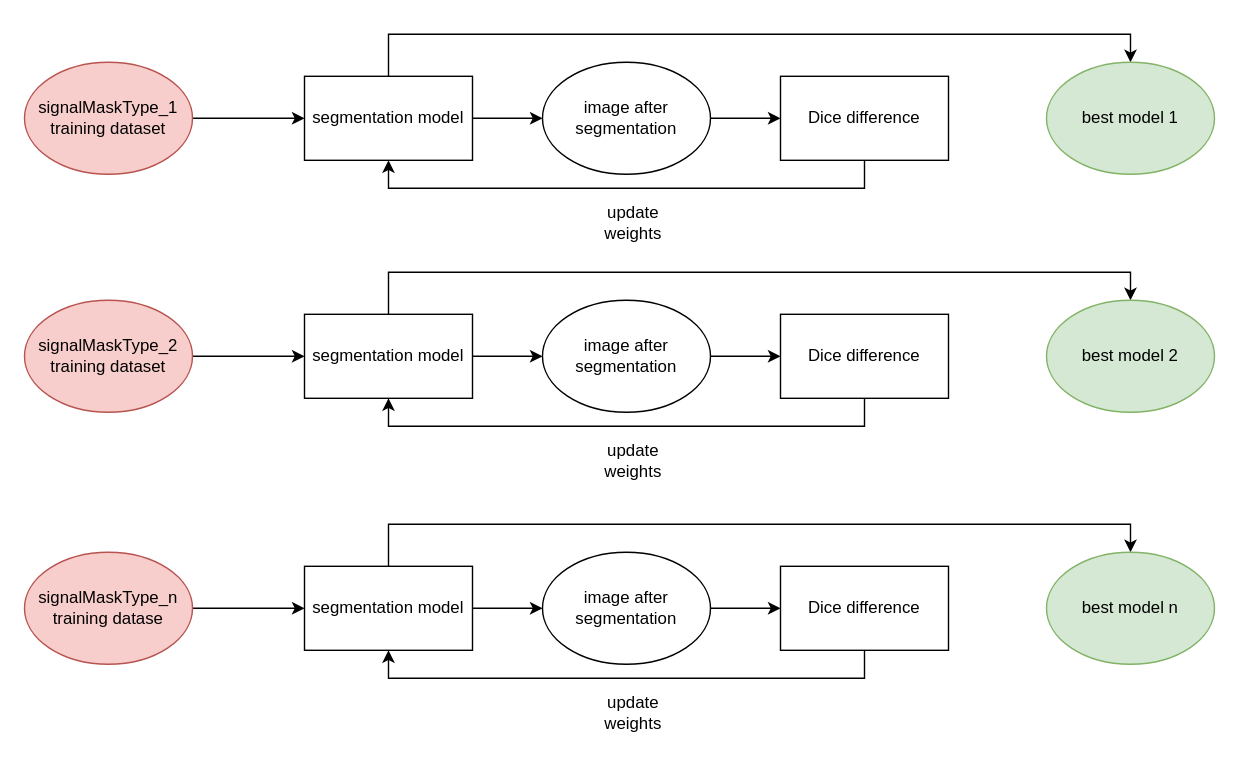
Earlier version of the draw.io diagram page "train_bySomaType" (2 of 5) of v3d/Untitled Diagram.drawio (WPKENAN/flowChat). Source tidied: cells renumbered, new cells numbered last; positions are measured from the earlier drawing's top-left corner, leaving out a move shared by most shapes. Both pictures are drawn from the tidied source at 140%, with x=0, y=0 at pixel (24, 62).
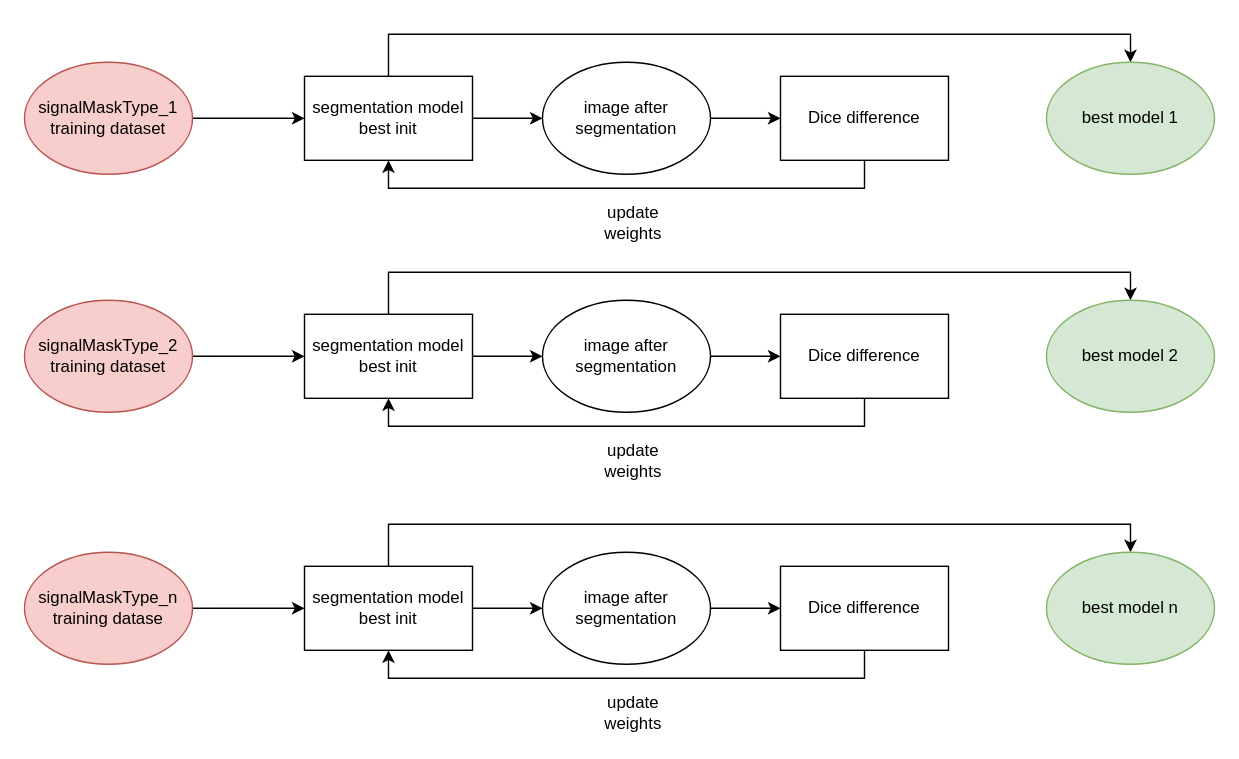
The same diagram, later.

The edit, as a diff of the source:
```diff
@@
-    <mxCell id="6" value="segmentation model" style="rounded=0;whiteSpace=wrap;html=1;" parent="1" vertex="1">
+    <mxCell id="6" value="segmentation model&lt;br&gt;best init" style="rounded=0;whiteSpace=wrap;html=1;" parent="1" vertex="1">
       <mxGeometry x="200" y="10" width="120" height="60" as="geometry" />
     </mxCell>
@@
-    <mxCell id="16" value="segmentation model" style="rounded=0;whiteSpace=wrap;html=1;" parent="1" vertex="1">
+    <mxCell id="16" value="segmentation model&lt;br&gt;best init" style="rounded=0;whiteSpace=wrap;html=1;" parent="1" vertex="1">
       <mxGeometry x="200" y="180" width="120" height="60" as="geometry" />
     </mxCell>
@@
-    <mxCell id="26" value="segmentation model" style="rounded=0;whiteSpace=wrap;html=1;" parent="1" vertex="1">
+    <mxCell id="26" value="segmentation model&lt;br&gt;best init" style="rounded=0;whiteSpace=wrap;html=1;" parent="1" vertex="1">
       <mxGeometry x="200" y="360" width="120" height="60" as="geometry" />
     </mxCell>
```
